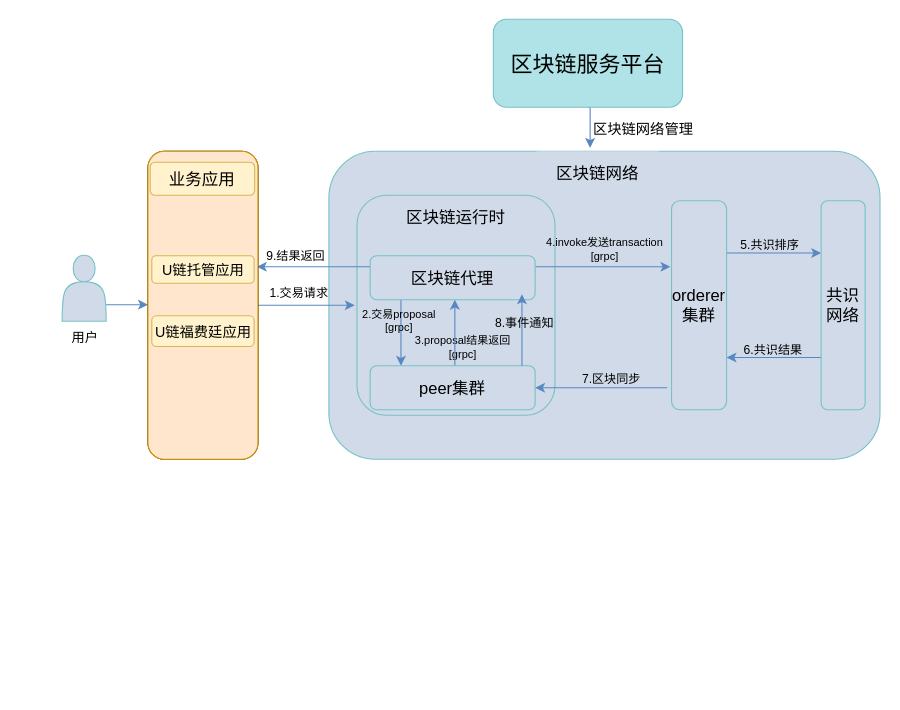
Before: repository/drawio/postb/业务交互关系.drawio in dilide/collections, a draw.io diagram. Source tidied: cells renumbered, new cells numbered last; positions are measured from the earlier drawing's top-left corner, leaving out a move shared by most shapes. Both pictures are drawn from the tidied source at 110%, with x=0, y=0 at pixel (62, 19).
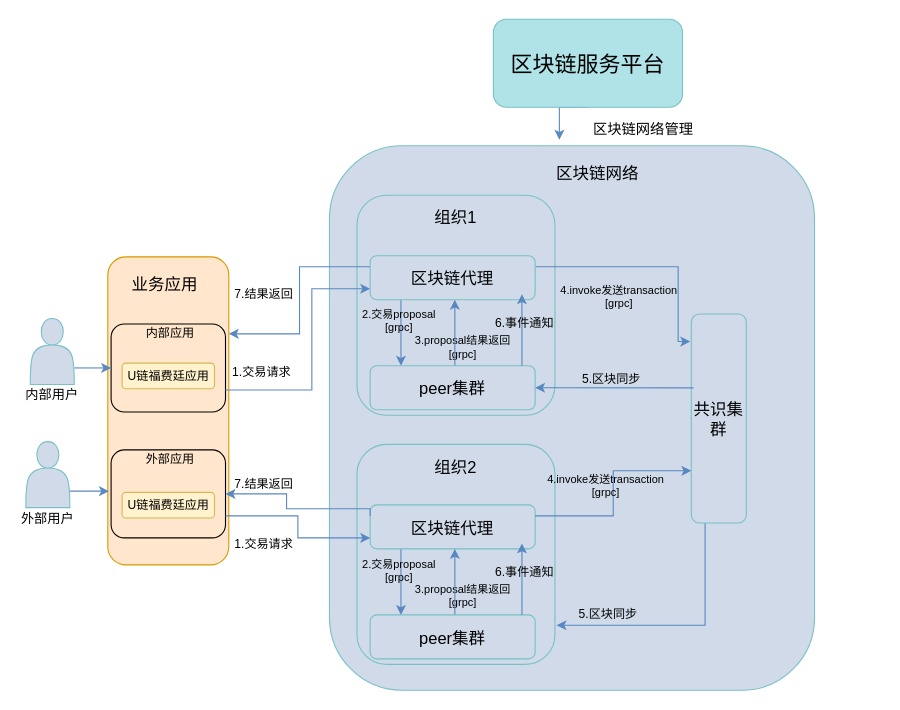
Above is the later version.

Commit message (it also covers changes not shown here):
Update 业务交互关系.drawio

The change refers to these unchanged cells:
```xml
<mxCell id="13" value="区块链代理" style="rounded=1;whiteSpace=wrap;html=1;strokeColor=#78C1C6;fillColor=#D0DAE8;fontSize=15;align=center;" parent="1" vertex="1">
  <mxGeometry x="280" y="215" width="150" height="40" as="geometry" />
</mxCell>
<mxCell id="22" value="peer集群" style="rounded=1;whiteSpace=wrap;html=1;strokeColor=#78C1C6;fillColor=#D0DAE8;fontSize=15;align=center;" parent="1" vertex="1">
  <mxGeometry x="280" y="315" width="150" height="40" as="geometry" />
</mxCell>
```

The edit, as a diff of the source:
```diff
@@
     <mxCell id="2" style="rounded=1;whiteSpace=wrap;html=1;strokeColor=#78C1C6;fillColor=#D0DAE8;fontSize=11;align=center;" parent="1" vertex="1">
-      <mxGeometry x="242.5" y="120" width="501" height="280" as="geometry" />
+      <mxGeometry x="243" y="115" width="441" height="495" as="geometry" />
     </mxCell>
-    <mxCell id="3" style="edgeStyle=orthogonalEdgeStyle;rounded=0;orthogonalLoop=1;jettySize=auto;html=1;exitX=1;exitY=0.5;exitDx=0;exitDy=0;strokeColor=#5888C1;fontSize=15;" parent="1" edge="1">
-      <mxGeometry relative="1" as="geometry">
-        <mxPoint x="166" y="260" as="sourcePoint" />
-        <mxPoint x="266" y="260" as="targetPoint" />
-      </mxGeometry>
-    </mxCell>
-    <mxCell id="4" style="group;" parent="1" vertex="1">
-      <mxGeometry y="214.5" width="47" height="85" as="geometry" />
-    </mxCell>
-    <mxCell id="5" style="shape=actor;whiteSpace=wrap;html=1;rounded=1;strokeColor=#78C1C6;fillColor=#D0DAE8;fontSize=20;align=center;" parent="4" vertex="1">
-      <mxGeometry width="40" height="60" as="geometry" />
-    </mxCell>
-    <mxCell id="6" value="用户" style="text;html=1;align=left;verticalAlign=top;spacingTop=-4;fontSize=12;" parent="4" vertex="1">
-      <mxGeometry x="7" y="65" width="40" height="20" as="geometry" />
-    </mxCell>
-    <mxCell id="7" style="edgeStyle=orthogonalEdgeStyle;rounded=0;jettySize=auto;html=1;exitX=1;exitY=0.75;exitDx=0;exitDy=0;entryX=0;entryY=0.5;entryDx=0;entryDy=0;strokeColor=#5888C1;fontSize=13;" parent="1" edge="1" source="5" target="25">
-      <mxGeometry relative="1" as="geometry" />
-    </mxCell>
@@
-    <mxCell id="9" value="区块链运行时" style="rounded=1;whiteSpace=wrap;html=1;strokeColor=none;fillColor=#D0DAE8;fontSize=15;align=center;" parent="1" vertex="1">
+    <mxCell id="9" value="组织1" style="rounded=1;whiteSpace=wrap;html=1;strokeColor=none;fillColor=#D0DAE8;fontSize=15;align=center;" parent="1" vertex="1">
       <mxGeometry x="308" y="165.5" width="100" height="29" as="geometry" />
     </mxCell>
@@
-    <mxCell id="11" style="edgeStyle=orthogonalEdgeStyle;rounded=0;jettySize=auto;html=1;exitX=1;exitY=0.25;exitDx=0;exitDy=0;entryX=-0.021;entryY=0.316;entryDx=0;entryDy=0;entryPerimeter=0;strokeColor=#5888C1;fontSize=10;" parent="1" edge="1" source="13" target="15">
-      <mxGeometry relative="1" as="geometry" />
+    <mxCell id="11" style="edgeStyle=orthogonalEdgeStyle;rounded=0;jettySize=auto;html=1;exitX=1;exitY=0.25;exitDx=0;exitDy=0;strokeColor=#5888C1;fontSize=10;" parent="1" edge="1" source="13">
+      <mxGeometry relative="1" as="geometry">
+        <mxPoint x="571" y="293" as="targetPoint" />
+        <Array as="points">
+          <mxPoint x="560" y="225" />
+          <mxPoint x="560" y="293" />
+        </Array>
+      </mxGeometry>
     </mxCell>
-    <mxCell id="12" style="edgeStyle=orthogonalEdgeStyle;rounded=0;jettySize=auto;html=1;exitX=0;exitY=0.25;exitDx=0;exitDy=0;entryX=0.99;entryY=0.375;entryDx=0;entryDy=0;entryPerimeter=0;strokeColor=#5888C1;fontSize=11;" parent="1" edge="1" source="13" target="25">
+    <mxCell id="12" style="edgeStyle=orthogonalEdgeStyle;rounded=0;jettySize=auto;html=1;exitX=0;exitY=0.25;exitDx=0;exitDy=0;entryX=1;entryY=0.25;entryDx=0;entryDy=0;strokeColor=#5888C1;fontSize=11;" parent="1" edge="1" source="13" target="25">
       <mxGeometry relative="1" as="geometry" />
     </mxCell>
@@
-    <mxCell id="14" style="edgeStyle=orthogonalEdgeStyle;rounded=0;jettySize=auto;html=1;exitX=1;exitY=0.25;exitDx=0;exitDy=0;entryX=0;entryY=0.25;entryDx=0;entryDy=0;strokeColor=#5888C1;fontSize=11;" parent="1" edge="1" source="15" target="17">
-      <mxGeometry relative="1" as="geometry" />
-    </mxCell>
+    <mxCell id="40" style="edgeStyle=orthogonalEdgeStyle;rounded=0;jettySize=auto;html=1;exitX=0.25;exitY=1;exitDx=0;exitDy=0;entryX=1.008;entryY=0.822;entryDx=0;entryDy=0;strokeColor=#5888C1;fontSize=11;entryPerimeter=0;" parent="1" edge="1" source="15" target="55">
+      <mxGeometry relative="1" as="geometry" />
+    </mxCell>
-    <mxCell id="15" value="orderer集群" style="rounded=1;whiteSpace=wrap;html=1;strokeColor=#78C1C6;fillColor=#D0DAE8;fontSize=15;align=center;" parent="1" vertex="1">
-      <mxGeometry x="554" y="165" width="50" height="190" as="geometry" />
+    <mxCell id="15" value="共识集群" style="rounded=1;whiteSpace=wrap;html=1;strokeColor=#78C1C6;fillColor=#D0DAE8;fontSize=15;align=center;" parent="1" vertex="1">
+      <mxGeometry x="572" y="268" width="50" height="190" as="geometry" />
     </mxCell>
-    <mxCell id="16" style="edgeStyle=orthogonalEdgeStyle;rounded=0;jettySize=auto;html=1;exitX=0;exitY=0.75;exitDx=0;exitDy=0;entryX=1;entryY=0.75;entryDx=0;entryDy=0;strokeColor=#5888C1;fontSize=11;" parent="1" edge="1" source="17" target="15">
-      <mxGeometry relative="1" as="geometry" />
-    </mxCell>
-    <mxCell id="17" value="共识网络" style="rounded=1;whiteSpace=wrap;html=1;strokeColor=#78C1C6;fillColor=#D0DAE8;fontSize=15;align=center;" parent="1" vertex="1">
-      <mxGeometry x="690" y="165" width="40" height="190" as="geometry" />
-    </mxCell>
     <mxCell id="18" value="1.交易请求" style="text;html=1;align=left;verticalAlign=top;spacingTop=-4;fontSize=11;" parent="1" vertex="1">
-      <mxGeometry x="187" y="240" width="70" height="20" as="geometry" />
+      <mxGeometry x="152.5" y="312" width="70" height="20" as="geometry" />
     </mxCell>
@@
     <mxCell id="23" value="4.invoke发送transaction&lt;br&gt;[grpc]" style="text;html=1;align=center;verticalAlign=top;spacingTop=-4;fontSize=10;" parent="1" vertex="1">
-      <mxGeometry x="433" y="194.5" width="120" height="30" as="geometry" />
+      <mxGeometry x="446" y="238" width="120" height="30" as="geometry" />
     </mxCell>
-    <mxCell id="24" style="group;fillColor=#ffe6cc;strokeColor=#000000;rounded=1;" parent="1" vertex="1">
-      <mxGeometry x="78" y="120" width="100" height="280" as="geometry" />
+    <mxCell id="24" style="group;fillColor=none;strokeColor=none;rounded=1;fontSize=11;" parent="1" vertex="1">
+      <mxGeometry x="41.5" y="216" width="107" height="280" as="geometry" />
     </mxCell>
     <mxCell id="25" style="rounded=1;whiteSpace=wrap;html=1;strokeColor=#d79b00;fillColor=#ffe6cc;fontSize=12;align=center;" parent="24" vertex="1">
-      <mxGeometry width="100" height="280" as="geometry" />
+      <mxGeometry width="110" height="280" as="geometry" />
     </mxCell>
-    <mxCell id="26" value="业务应用" style="rounded=1;whiteSpace=wrap;html=1;strokeColor=#d6b656;fillColor=#fff2cc;fontSize=15;align=center;" parent="24" vertex="1">
-      <mxGeometry x="2" y="10" width="95" height="30" as="geometry" />
+    <mxCell id="26" value="业务应用" style="rounded=1;whiteSpace=wrap;html=1;strokeColor=none;fillColor=none;fontSize=15;align=center;" parent="24" vertex="1">
+      <mxGeometry x="2.1" y="10" width="98.8" height="30" as="geometry" />
     </mxCell>
-    <mxCell id="27" value="U链托管应用" style="rounded=1;whiteSpace=wrap;html=1;strokeColor=#d6b656;fillColor=#fff2cc;fontSize=13;align=center;" parent="24" vertex="1">
-      <mxGeometry x="3.5" y="95" width="93" height="25" as="geometry" />
-    </mxCell>
+    <mxCell id="41" style="group;" parent="24" vertex="1">
+      <mxGeometry x="3" y="60" width="104" height="81" as="geometry" />
+    </mxCell>
+    <mxCell id="42" style="rounded=1;whiteSpace=wrap;html=1;strokeColor=#000000;fillColor=none;fontSize=11;align=center;" parent="41" vertex="1">
+      <mxGeometry y="1" width="104" height="80" as="geometry" />
+    </mxCell>
-    <mxCell id="28" value="U链福费廷应用" style="rounded=1;whiteSpace=wrap;html=1;strokeColor=#d6b656;fillColor=#fff2cc;fontSize=13;align=center;" parent="24" vertex="1">
-      <mxGeometry x="3.5" y="149.5" width="93" height="28" as="geometry" />
+    <mxCell id="28" value="U链福费廷应用" style="rounded=1;whiteSpace=wrap;html=1;strokeColor=#d6b656;fillColor=#fff2cc;fontSize=11;align=center;" parent="41" vertex="1">
+      <mxGeometry x="10" y="36.6" width="84" height="23.3" as="geometry" />
     </mxCell>
-    <mxCell id="29" value="5.共识排序" style="text;html=1;align=left;verticalAlign=top;spacingTop=-4;fontSize=11;" parent="1" vertex="1">
-      <mxGeometry x="615" y="196" width="70" height="10" as="geometry" />
-    </mxCell>
-    <mxCell id="30" value="6.共识结果" style="text;html=1;align=left;verticalAlign=top;spacingTop=-4;fontSize=11;" parent="1" vertex="1">
-      <mxGeometry x="618" y="292" width="70" height="10" as="geometry" />
-    </mxCell>
+    <mxCell id="43" value="内部应用" style="rounded=1;whiteSpace=wrap;html=1;strokeColor=none;fillColor=none;fontSize=11;align=center;arcSize=50;" parent="41" vertex="1">
+      <mxGeometry x="18.6" width="71.1" height="18.6" as="geometry" />
+    </mxCell>
+    <mxCell id="44" style="group;" parent="24" vertex="1">
+      <mxGeometry x="3" y="174.5" width="104" height="81" as="geometry" />
+    </mxCell>
+    <mxCell id="45" style="rounded=1;whiteSpace=wrap;html=1;strokeColor=#000000;fillColor=none;fontSize=11;align=center;" parent="44" vertex="1">
+      <mxGeometry y="1" width="104" height="80" as="geometry" />
+    </mxCell>
+    <mxCell id="46" value="U链福费廷应用" style="rounded=1;whiteSpace=wrap;html=1;strokeColor=#d6b656;fillColor=#fff2cc;fontSize=11;align=center;" parent="44" vertex="1">
+      <mxGeometry x="10" y="39.6" width="84" height="23.3" as="geometry" />
+    </mxCell>
+    <mxCell id="47" value="外部应用" style="rounded=1;whiteSpace=wrap;html=1;strokeColor=none;fillColor=none;fontSize=11;align=center;arcSize=50;" parent="44" vertex="1">
+      <mxGeometry x="18.6" width="71.1" height="18.6" as="geometry" />
+    </mxCell>
-    <mxCell id="31" style="endArrow=classic;html=1;strokeColor=#5888C1;fontSize=11;entryX=1;entryY=0.5;entryDx=0;entryDy=0;" parent="1" edge="1" target="22">
-      <mxGeometry relative="1" as="geometry">
-        <mxPoint x="550" y="335" as="sourcePoint" />
-      </mxGeometry>
+    <mxCell id="31" style="endArrow=classic;html=1;strokeColor=#5888C1;fontSize=11;entryX=1;entryY=0.5;entryDx=0;entryDy=0;exitX=0.04;exitY=0.353;exitDx=0;exitDy=0;exitPerimeter=0;" parent="1" edge="1" source="15" target="22">
+      <mxGeometry relative="1" as="geometry" />
     </mxCell>
-    <mxCell id="32" value="7.区块同步" style="text;html=1;align=left;verticalAlign=top;spacingTop=-4;fontSize=11;" parent="1" vertex="1">
+    <mxCell id="32" value="5.区块同步" style="text;html=1;align=left;verticalAlign=top;spacingTop=-4;fontSize=11;" parent="1" vertex="1">
       <mxGeometry x="471" y="318" width="70" height="10" as="geometry" />
     </mxCell>
@@
-    <mxCell id="34" value="8.事件通知" style="text;html=1;align=left;verticalAlign=top;spacingTop=-4;fontSize=11;" parent="1" vertex="1">
+    <mxCell id="34" value="6.事件通知" style="text;html=1;align=left;verticalAlign=top;spacingTop=-4;fontSize=11;" parent="1" vertex="1">
       <mxGeometry x="392" y="267" width="70" height="10" as="geometry" />
     </mxCell>
-    <mxCell id="35" value="9.结果返回" style="text;html=1;align=left;verticalAlign=top;spacingTop=-4;fontSize=11;" parent="1" vertex="1">
-      <mxGeometry x="184" y="206" width="70" height="10" as="geometry" />
+    <mxCell id="35" value="7.结果返回" style="text;html=1;align=left;verticalAlign=top;spacingTop=-4;fontSize=11;" parent="1" vertex="1">
+      <mxGeometry x="154.5" y="241" width="70" height="10" as="geometry" />
     </mxCell>
@@
+    <mxCell id="48" style="group;" parent="1" vertex="1">
+      <mxGeometry x="-35" y="272" width="60" height="80" as="geometry" />
+    </mxCell>
+    <mxCell id="5" style="shape=actor;whiteSpace=wrap;html=1;rounded=1;strokeColor=#78C1C6;fillColor=#D0DAE8;fontSize=20;align=center;" parent="48" vertex="1">
+      <mxGeometry x="6" width="40" height="60" as="geometry" />
+    </mxCell>
+    <mxCell id="6" value="内部用户" style="text;html=1;align=left;verticalAlign=top;spacingTop=-4;fontSize=12;" parent="48" vertex="1">
+      <mxGeometry y="60" width="60" height="20" as="geometry" />
+    </mxCell>
+    <mxCell id="49" style="group;" parent="1" vertex="1">
+      <mxGeometry x="-39" y="384" width="60" height="80" as="geometry" />
+    </mxCell>
+    <mxCell id="50" style="shape=actor;whiteSpace=wrap;html=1;rounded=1;strokeColor=#78C1C6;fillColor=#D0DAE8;fontSize=20;align=center;" parent="49" vertex="1">
+      <mxGeometry x="6" width="40" height="60" as="geometry" />
+    </mxCell>
+    <mxCell id="51" value="外部用户" style="text;html=1;align=left;verticalAlign=top;spacingTop=-4;fontSize=12;" parent="49" vertex="1">
+      <mxGeometry y="60" width="60" height="20" as="geometry" />
+    </mxCell>
+    <mxCell id="52" style="edgeStyle=orthogonalEdgeStyle;rounded=0;jettySize=auto;html=1;exitX=1;exitY=0.75;exitDx=0;exitDy=0;entryX=0;entryY=0.5;entryDx=0;entryDy=0;strokeColor=#5888C1;fontSize=11;" parent="1" edge="1" source="5" target="42">
+      <mxGeometry relative="1" as="geometry" />
+    </mxCell>
+    <mxCell id="53" style="edgeStyle=orthogonalEdgeStyle;rounded=0;jettySize=auto;html=1;exitX=1;exitY=0.75;exitDx=0;exitDy=0;strokeColor=#5888C1;fontSize=11;" parent="1" edge="1" source="50">
+      <mxGeometry relative="1" as="geometry">
+        <mxPoint x="42.5" y="429" as="targetPoint" />
+      </mxGeometry>
+    </mxCell>
+    <mxCell id="54" style="group;" parent="1" vertex="1">
+      <mxGeometry x="265.5" y="386.5" width="196.5" height="200" as="geometry" />
+    </mxCell>
+    <mxCell id="55" style="rounded=1;whiteSpace=wrap;html=1;strokeColor=#78C1C6;fillColor=#D0DAE8;fontSize=20;align=center;" parent="54" vertex="1">
+      <mxGeometry x="2.5" width="180" height="200" as="geometry" />
+    </mxCell>
+    <mxCell id="56" value="组织2" style="rounded=1;whiteSpace=wrap;html=1;strokeColor=none;fillColor=#D0DAE8;fontSize=15;align=center;" parent="54" vertex="1">
+      <mxGeometry x="42.5" y="5.5" width="100" height="29" as="geometry" />
+    </mxCell>
+    <mxCell id="57" style="edgeStyle=orthogonalEdgeStyle;rounded=0;orthogonalLoop=1;jettySize=auto;html=1;exitX=0.25;exitY=1;exitDx=0;exitDy=0;entryX=0.25;entryY=0;entryDx=0;entryDy=0;strokeColor=#5888C1;fontSize=10;" parent="54" edge="1">
+      <mxGeometry relative="1" as="geometry">
+        <mxPoint x="42.5" y="95" as="sourcePoint" />
+        <mxPoint x="42.5" y="155" as="targetPoint" />
+      </mxGeometry>
+    </mxCell>
+    <mxCell id="58" value="区块链代理" style="rounded=1;whiteSpace=wrap;html=1;strokeColor=#78C1C6;fillColor=#D0DAE8;fontSize=15;align=center;" parent="54" vertex="1">
+      <mxGeometry x="14.5" y="55" width="150" height="40" as="geometry" />
+    </mxCell>
+    <mxCell id="59" value="2.交易proposal&lt;br style=&quot;font-size: 10px&quot;&gt;[grpc]" style="text;html=1;align=center;verticalAlign=top;spacingTop=-4;fontSize=10;" parent="54" vertex="1">
+      <mxGeometry y="100" width="80" height="30" as="geometry" />
+    </mxCell>
+    <mxCell id="60" value="3.proposal结果返回&lt;br&gt;[grpc]" style="text;html=1;align=center;verticalAlign=top;spacingTop=-4;fontSize=10;" parent="54" vertex="1">
+      <mxGeometry x="48" y="123.5" width="100" height="30" as="geometry" />
+    </mxCell>
+    <mxCell id="61" style="edgeStyle=orthogonalEdgeStyle;rounded=0;orthogonalLoop=1;jettySize=auto;html=1;exitX=0.75;exitY=0;exitDx=0;exitDy=0;entryX=0.75;entryY=1;entryDx=0;entryDy=0;strokeColor=#5888C1;fontSize=10;" parent="54" edge="1">
+      <mxGeometry relative="1" as="geometry">
+        <mxPoint x="91.5" y="155" as="sourcePoint" />
+        <mxPoint x="91.5" y="95" as="targetPoint" />
+      </mxGeometry>
+    </mxCell>
+    <mxCell id="62" value="peer集群" style="rounded=1;whiteSpace=wrap;html=1;strokeColor=#78C1C6;fillColor=#D0DAE8;fontSize=15;align=center;" parent="54" vertex="1">
+      <mxGeometry x="14.5" y="155" width="150" height="40" as="geometry" />
+    </mxCell>
+    <mxCell id="63" style="endArrow=classic;html=1;strokeColor=#5888C1;fontSize=11;" parent="54" edge="1">
+      <mxGeometry relative="1" as="geometry">
+        <mxPoint x="152.5" y="155" as="sourcePoint" />
+        <mxPoint x="152.5" y="90" as="targetPoint" />
+      </mxGeometry>
+    </mxCell>
+    <mxCell id="64" value="6.事件通知" style="text;html=1;align=left;verticalAlign=top;spacingTop=-4;fontSize=11;" parent="54" vertex="1">
+      <mxGeometry x="126.5" y="107" width="70" height="10" as="geometry" />
+    </mxCell>
+    <mxCell id="65" style="edgeStyle=orthogonalEdgeStyle;rounded=0;jettySize=auto;html=1;exitX=1;exitY=0.75;exitDx=0;exitDy=0;entryX=0;entryY=0.75;entryDx=0;entryDy=0;strokeColor=#5888C1;fontSize=11;" parent="1" edge="1" source="42" target="13">
+      <mxGeometry relative="1" as="geometry">
+        <Array as="points">
+          <mxPoint x="227" y="337" />
+          <mxPoint x="227" y="245" />
+        </Array>
+      </mxGeometry>
+    </mxCell>
+    <mxCell id="66" style="edgeStyle=orthogonalEdgeStyle;rounded=0;jettySize=auto;html=1;exitX=1;exitY=0.75;exitDx=0;exitDy=0;entryX=0;entryY=0.75;entryDx=0;entryDy=0;strokeColor=#5888C1;fontSize=11;" parent="1" edge="1" source="45" target="58">
+      <mxGeometry relative="1" as="geometry" />
+    </mxCell>
+    <mxCell id="67" value="1.交易请求" style="text;html=1;align=left;verticalAlign=top;spacingTop=-4;fontSize=11;" parent="1" vertex="1">
+      <mxGeometry x="154.5" y="467.5" width="70" height="20" as="geometry" />
+    </mxCell>
+    <mxCell id="68" style="edgeStyle=orthogonalEdgeStyle;rounded=0;jettySize=auto;html=1;exitX=0;exitY=0.25;exitDx=0;exitDy=0;entryX=1;entryY=0.5;entryDx=0;entryDy=0;strokeColor=#5888C1;fontSize=11;" parent="1" edge="1" source="58" target="45">
+      <mxGeometry relative="1" as="geometry">
+        <Array as="points">
+          <mxPoint x="280" y="445" />
+          <mxPoint x="204" y="445" />
+          <mxPoint x="204" y="432" />
+        </Array>
+      </mxGeometry>
+    </mxCell>
+    <mxCell id="69" value="7.结果返回" style="text;html=1;align=left;verticalAlign=top;spacingTop=-4;fontSize=11;" parent="1" vertex="1">
+      <mxGeometry x="154.5" y="414" width="70" height="10" as="geometry" />
+    </mxCell>
+    <mxCell id="70" style="edgeStyle=orthogonalEdgeStyle;rounded=0;jettySize=auto;html=1;exitX=1;exitY=0.25;exitDx=0;exitDy=0;entryX=0;entryY=0.75;entryDx=0;entryDy=0;strokeColor=#5888C1;fontSize=11;" parent="1" edge="1" source="58" target="15">
+      <mxGeometry relative="1" as="geometry" />
+    </mxCell>
+    <mxCell id="71" value="4.invoke发送transaction&lt;br&gt;[grpc]" style="text;html=1;align=center;verticalAlign=top;spacingTop=-4;fontSize=10;" parent="1" vertex="1">
+      <mxGeometry x="433.5" y="410" width="120" height="30" as="geometry" />
+    </mxCell>
+    <mxCell id="72" value="5.区块同步" style="text;html=1;align=left;verticalAlign=top;spacingTop=-4;fontSize=11;" parent="1" vertex="1">
+      <mxGeometry x="468" y="531.5" width="70" height="10" as="geometry" />
+    </mxCell>
```
